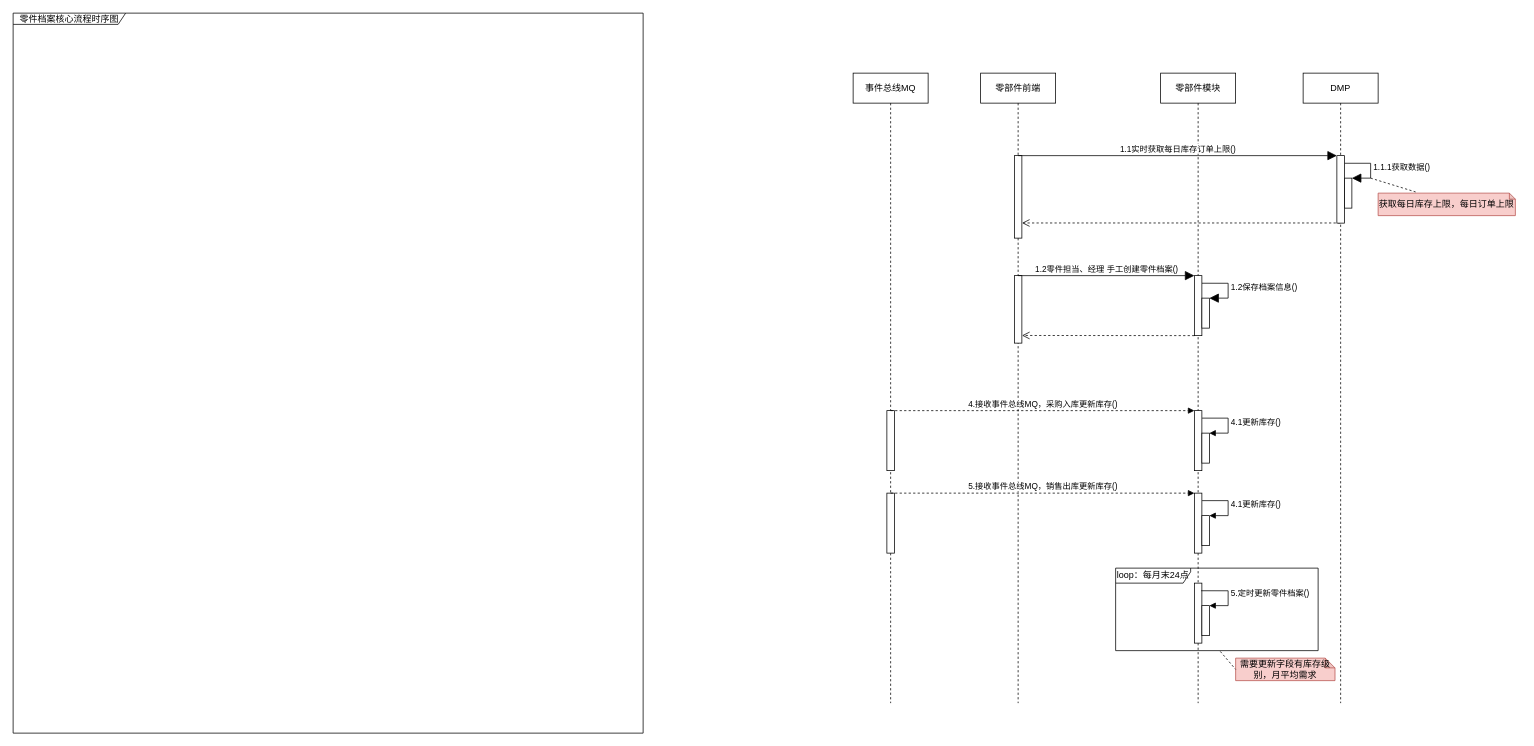
The draw.io diagram page "时序图" (1 of 5) of 库存管理-零件档案管理.drawio in 1132489442/gitRepository1, before the edit. Source tidied: cells renumbered, new cells numbered last; positions are measured from the earlier drawing's top-left corner, leaving out a move shared by most shapes. Both pictures are drawn from the tidied source at 75%, with x=0, y=0 at pixel (13, 13).
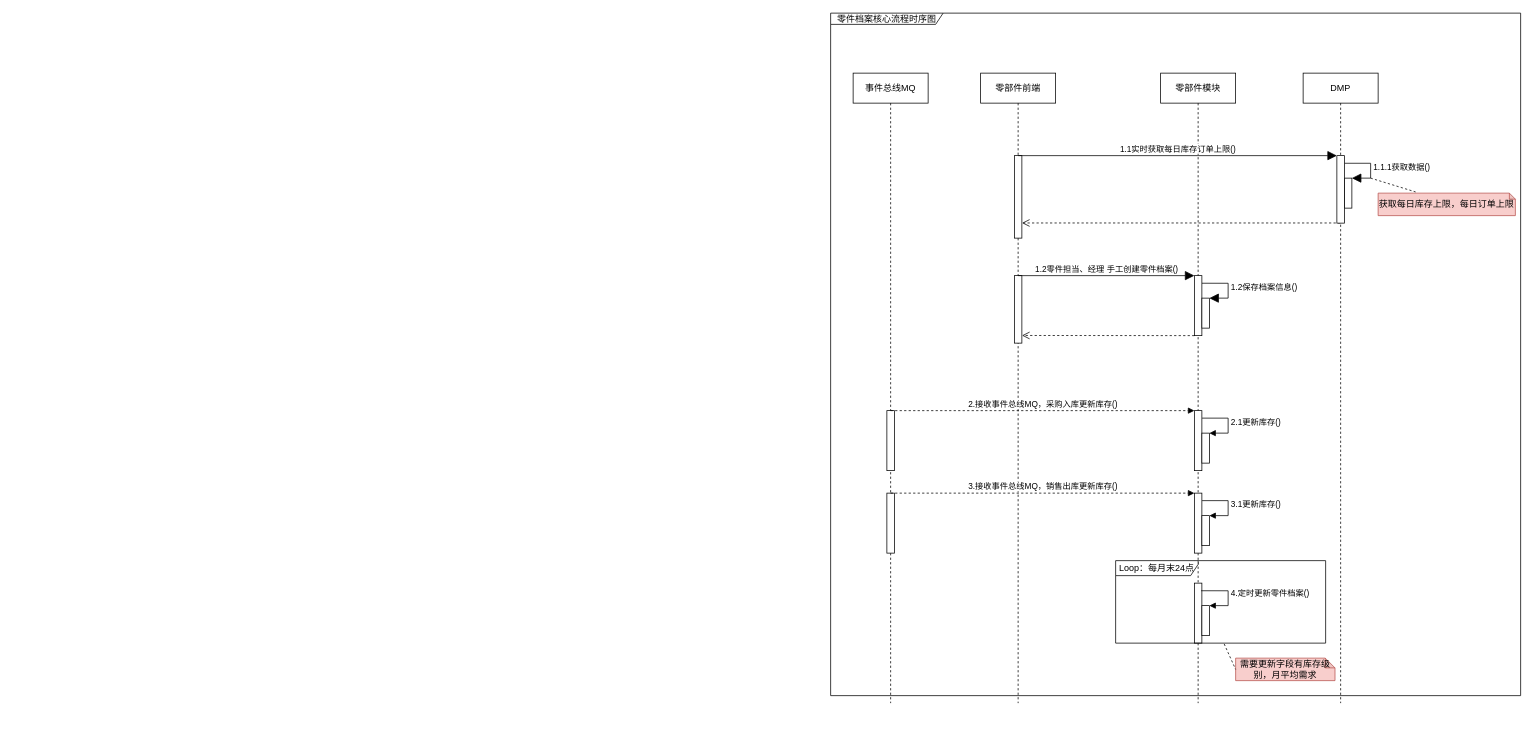
Above is the later version.

The change refers to these unchanged cells:
```xml
<mxCell id="3" value="零部件模块" style="shape=umlLifeline;perimeter=lifelinePerimeter;whiteSpace=wrap;html=1;fillColor=#FFFFFF;" parent="1" vertex="1">
  <mxGeometry x="1530" y="80" width="100" height="840" as="geometry" />
</mxCell>
<mxCell id="4" style="html=1;points=[];perimeter=orthogonalPerimeter;fillColor=#FFFFFF;" parent="3" vertex="1">
  <mxGeometry x="45" y="450" width="10" height="80" as="geometry" />
</mxCell>
<mxCell id="5" style="html=1;points=[];perimeter=orthogonalPerimeter;fillColor=#FFFFFF;" parent="3" vertex="1">
  <mxGeometry x="55" y="480" width="10" height="40" as="geometry" />
</mxCell>
<mxCell id="7" style="html=1;points=[];perimeter=orthogonalPerimeter;fillColor=#FFFFFF;" parent="3" vertex="1">
  <mxGeometry x="45" y="680" width="10" height="80" as="geometry" />
</mxCell>
<mxCell id="8" style="html=1;points=[];perimeter=orthogonalPerimeter;fillColor=#FFFFFF;" parent="3" vertex="1">
  <mxGeometry x="55" y="710" width="10" height="40" as="geometry" />
</mxCell>
<mxCell id="20" style="html=1;points=[];perimeter=orthogonalPerimeter;fillColor=#FFFFFF;" parent="1" vertex="1">
  <mxGeometry x="1575" y="640" width="10" height="80" as="geometry" />
</mxCell>
<mxCell id="21" style="html=1;points=[];perimeter=orthogonalPerimeter;fillColor=#FFFFFF;" parent="1" vertex="1">
  <mxGeometry x="1585" y="670" width="10" height="40" as="geometry" />
</mxCell>
```

The edit, as a diff of the source:
```diff
@@
-    <mxCell id="6" value="4.1更新库存()" style="edgeStyle=orthogonalEdgeStyle;html=1;align=left;spacingLeft=2;endArrow=block;rounded=0;entryX=1;entryY=0;exitX=1.029;exitY=0.125;exitDx=0;exitDy=0;exitPerimeter=0;" parent="3" edge="1" source="4" target="5">
+    <mxCell id="6" value="2.1更新库存()" style="edgeStyle=orthogonalEdgeStyle;html=1;align=left;spacingLeft=2;endArrow=block;rounded=0;entryX=1;entryY=0;exitX=1.029;exitY=0.125;exitDx=0;exitDy=0;exitPerimeter=0;" parent="3" edge="1" source="4" target="5">
       <mxGeometry relative="1" as="geometry">
         <Array as="points">
           <mxPoint x="90" y="460" />
           <mxPoint x="90" y="480" />
         </Array>
       </mxGeometry>
     </mxCell>
@@
-    <mxCell id="9" value="5.定时更新零件档案()" style="edgeStyle=orthogonalEdgeStyle;html=1;align=left;spacingLeft=2;endArrow=block;rounded=0;entryX=1;entryY=0;exitX=0.904;exitY=0.127;exitDx=0;exitDy=0;exitPerimeter=0;" parent="3" edge="1" source="7" target="8">
+    <mxCell id="9" value="4.定时更新零件档案()" style="edgeStyle=orthogonalEdgeStyle;html=1;align=left;spacingLeft=2;endArrow=block;rounded=0;entryX=1;entryY=0;exitX=0.904;exitY=0.127;exitDx=0;exitDy=0;exitPerimeter=0;" parent="3" edge="1" source="7" target="8">
       <mxGeometry relative="1" as="geometry">
         <Array as="points">
           <mxPoint x="90" y="690" />
           <mxPoint x="90" y="710" />
         </Array>
       </mxGeometry>
     </mxCell>
@@
     <mxCell id="16" value="零件档案核心流程时序图" style="shape=umlFrame;whiteSpace=wrap;html=1;fillColor=#FFFFFF;width=150;height=15;" parent="1" vertex="1">
-      <mxGeometry width="840" height="960" as="geometry" />
+      <mxGeometry x="1090" width="920" height="910" as="geometry" />
     </mxCell>
@@
-    <mxCell id="19" value="4.接收事件总线MQ，采购入库更新库存()" style="html=1;verticalAlign=bottom;endArrow=block;entryX=0;entryY=0;rounded=0;dashed=1;" parent="1" edge="1" target="4">
+    <mxCell id="19" value="2.接收事件总线MQ，采购入库更新库存()" style="html=1;verticalAlign=bottom;endArrow=block;entryX=0;entryY=0;rounded=0;dashed=1;" parent="1" edge="1" target="4">
       <mxGeometry relative="1" as="geometry">
         <mxPoint x="1170" y="530" as="sourcePoint" />
       </mxGeometry>
     </mxCell>
@@
-    <mxCell id="22" value="4.1更新库存()" style="edgeStyle=orthogonalEdgeStyle;html=1;align=left;spacingLeft=2;endArrow=block;rounded=0;entryX=1;entryY=0;exitX=1.029;exitY=0.125;exitDx=0;exitDy=0;exitPerimeter=0;" parent="1" edge="1" source="20" target="21">
+    <mxCell id="22" value="3.1更新库存()" style="edgeStyle=orthogonalEdgeStyle;html=1;align=left;spacingLeft=2;endArrow=block;rounded=0;entryX=1;entryY=0;exitX=1.029;exitY=0.125;exitDx=0;exitDy=0;exitPerimeter=0;" parent="1" edge="1" source="20" target="21">
       <mxGeometry relative="1" as="geometry">
         <Array as="points">
           <mxPoint x="1620" y="650" />
           <mxPoint x="1620" y="670" />
         </Array>
       </mxGeometry>
     </mxCell>
@@
-    <mxCell id="24" value="5.接收事件总线MQ，销售出库更新库存()" style="html=1;verticalAlign=bottom;endArrow=block;entryX=0;entryY=0;rounded=0;dashed=1;" parent="1" edge="1" target="20">
+    <mxCell id="24" value="3.接收事件总线MQ，销售出库更新库存()" style="html=1;verticalAlign=bottom;endArrow=block;entryX=0;entryY=0;rounded=0;dashed=1;" parent="1" edge="1" target="20">
       <mxGeometry relative="1" as="geometry">
         <mxPoint x="1170" y="640" as="sourcePoint" />
       </mxGeometry>
     </mxCell>
-    <mxCell id="25" value="loop：每月末24点" style="shape=umlFrame;whiteSpace=wrap;html=1;fillColor=#FFFFFF;width=100;height=20;" parent="1" vertex="1">
-      <mxGeometry x="1470" y="740" width="270" height="110" as="geometry" />
+    <mxCell id="25" value="Loop：每月末24点" style="shape=umlFrame;whiteSpace=wrap;html=1;fillColor=#FFFFFF;width=110;height=20;" parent="1" vertex="1">
+      <mxGeometry x="1470" y="730" width="280" height="110" as="geometry" />
     </mxCell>
```
